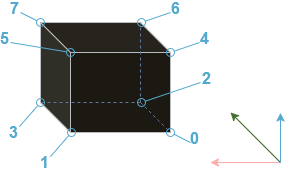
Before: assets/tutorial/lattice-corners.png, a diagram exported from draw.io (noirb/trilinear-interpolation-docs). Source tidied: cells renumbered, new cells last; positions are measured from the earlier drawing's top-left corner, leaving out a move shared by most shapes.
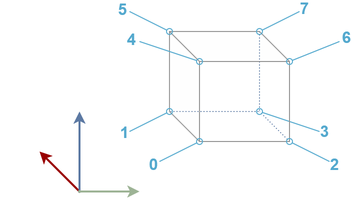
Above is the later version.

Commit message:
Fix lattice index diagrams, add to API docs

What changed in the source:
```diff
@@ -2,97 +2,101 @@
   <root>
     <mxCell id="0" />
     <mxCell id="1" parent="0" />
-    <mxCell id="2" style="shape=cube;whiteSpace=wrap;html=1;boundedLbl=1;backgroundOutline=1;darkOpacity=0.05;darkOpacity2=0.1;size=30;fillColor=#f9f7ed;strokeColor=#36393d;" parent="1" vertex="1">
-      <mxGeometry x="30" y="10" width="130" height="110" as="geometry" />
-    </mxCell>
-    <mxCell id="3" style="endArrow=none;dashed=1;html=1;rounded=0;entryX=0;entryY=0;entryDx=100;entryDy=0;entryPerimeter=0;strokeColor=#6c8ebf;fillColor=#dae8fc;" parent="1" edge="1" target="2">
-      <mxGeometry relative="1" as="geometry">
-        <mxPoint x="130" y="90" as="sourcePoint" />
-      </mxGeometry>
-    </mxCell>
-    <mxCell id="4" style="endArrow=none;dashed=1;html=1;rounded=0;entryX=0;entryY=0;entryDx=0;entryDy=80;entryPerimeter=0;strokeColor=#6c8ebf;fillColor=#dae8fc;" parent="1" edge="1" target="2">
-      <mxGeometry relative="1" as="geometry">
-        <mxPoint x="130" y="90" as="sourcePoint" />
-      </mxGeometry>
-    </mxCell>
-    <mxCell id="5" style="endArrow=none;dashed=1;html=1;rounded=0;entryX=1;entryY=1;entryDx=0;entryDy=0;entryPerimeter=0;strokeColor=#6c8ebf;fillColor=#dae8fc;" parent="1" edge="1" target="2">
-      <mxGeometry relative="1" as="geometry">
-        <mxPoint x="130" y="90" as="sourcePoint" />
-      </mxGeometry>
-    </mxCell>
+    <mxCell id="18" style="group;" parent="1" vertex="1">
+      <mxGeometry x="-30" y="80" width="330" height="180" as="geometry" />
+    </mxCell>
+    <mxCell id="19" style="endArrow=none;dashed=1;html=1;rounded=0;entryX=0;entryY=0;entryDx=0;entryDy=80;entryPerimeter=0;fillColor=#dae8fc;strokeColor=#6c8ebf;dashPattern=1 2;" parent="18" edge="1">
+      <mxGeometry relative="1" as="geometry">
+        <mxPoint x="290" y="130" as="sourcePoint" />
+        <mxPoint x="260" y="100" as="targetPoint" />
+      </mxGeometry>
+    </mxCell>
+    <mxCell id="14" value="3" style="endArrow=oval;html=1;fontSize=16;fontColor=#10739E;endFill=0;endSize=6;strokeWidth=1;labelBackgroundColor=none;verticalAlign=top;fontStyle=1;strokeColor=#10739e;rounded=0;entryX=1;entryY=1;entryDx=0;entryDy=0;entryPerimeter=0;fillColor=#b1ddf0;startSize=5;" parent="18" edge="1">
+      <mxGeometry x="-0.97" y="-17" relative="1" as="geometry">
+        <mxPoint x="320" y="120" as="sourcePoint" />
+        <mxPoint x="260" y="100" as="targetPoint" />
+      </mxGeometry>
+    </mxCell>
+    <mxCell id="20" style="endArrow=none;dashed=1;html=1;rounded=0;entryX=0;entryY=0;entryDx=90;entryDy=0;entryPerimeter=0;fillColor=#dae8fc;strokeColor=#6c8ebf;dashPattern=1 2;" parent="18" edge="1">
+      <mxGeometry relative="1" as="geometry">
+        <mxPoint x="260" y="99" as="sourcePoint" />
+        <mxPoint x="260" y="19" as="targetPoint" />
+      </mxGeometry>
+    </mxCell>
+    <mxCell id="21" style="endArrow=none;dashed=1;html=1;rounded=0;entryX=0;entryY=0;entryDx=0;entryDy=80;entryPerimeter=0;fillColor=#dae8fc;strokeColor=#6c8ebf;dashPattern=1 2;" parent="18" edge="1">
+      <mxGeometry relative="1" as="geometry">
+        <mxPoint x="259" y="100" as="sourcePoint" />
+        <mxPoint x="169" y="100" as="targetPoint" />
+      </mxGeometry>
+    </mxCell>
+    <mxCell id="22" style="shape=cube;whiteSpace=wrap;html=1;boundedLbl=1;backgroundOutline=1;darkOpacity=0.05;darkOpacity2=0.1;fillColor=none;fontColor=#333333;strokeColor=#666666;size=30;rounded=0;fillStyle=solid;" parent="18" vertex="1">
+      <mxGeometry x="170" y="20" width="120" height="110" as="geometry" />
+    </mxCell>
+    <mxCell id="16" value="2" style="endArrow=oval;html=1;fontSize=16;fontColor=#10739E;endFill=0;endSize=6;strokeWidth=1;labelBackgroundColor=none;verticalAlign=top;fontStyle=1;strokeColor=#10739e;rounded=0;entryX=1;entryY=1;entryDx=0;entryDy=0;entryPerimeter=0;fillColor=#b1ddf0;startSize=5;" parent="18" edge="1" target="22">
+      <mxGeometry x="-0.94" y="-14" relative="1" as="geometry">
+        <mxPoint x="330" y="150" as="sourcePoint" />
+      </mxGeometry>
+    </mxCell>
-    <mxCell id="6" value="0" style="endArrow=oval;html=1;fontSize=16;fontColor=#10739E;endFill=0;endSize=8;strokeWidth=1;labelBackgroundColor=none;verticalAlign=top;fontStyle=1;strokeColor=#10739E;rounded=0;spacingLeft=9;spacingBottom=5;spacingRight=1;" parent="1" edge="1">
-      <mxGeometry x="-0.2" y="-18" relative="1" as="geometry">
-        <mxPoint x="180" y="130" as="sourcePoint" />
-        <mxPoint x="160" y="120" as="targetPoint" />
+    <mxCell id="6" value="0" style="endArrow=oval;html=1;fontSize=16;fontColor=#10739E;endFill=0;endSize=6;strokeWidth=1;labelBackgroundColor=none;verticalAlign=top;fontStyle=1;strokeColor=#10739e;rounded=0;entryX=1;entryY=1;entryDx=0;entryDy=0;entryPerimeter=0;fillColor=#b1ddf0;startSize=5;" parent="18" edge="1">
+      <mxGeometry x="-0.98" y="14" relative="1" as="geometry">
+        <mxPoint x="160" y="150" as="sourcePoint" />
+        <mxPoint x="200" y="130" as="targetPoint" />
       </mxGeometry>
     </mxCell>
-    <mxCell id="7" style="group;" parent="1" vertex="1">
-      <mxGeometry x="200" y="100" width="70" height="50" as="geometry" />
-    </mxCell>
-    <mxCell id="8" style="endArrow=classic;html=1;rounded=0;fillColor=#e51400;strokeColor=#B20000;" parent="7" edge="1">
-      <mxGeometry relative="1" as="geometry">
-        <mxPoint x="70" y="50" as="sourcePoint" />
-        <mxPoint y="50" as="targetPoint" />
-      </mxGeometry>
-    </mxCell>
-    <mxCell id="9" style="endArrow=classic;html=1;rounded=0;fillColor=#d5e8d4;strokeColor=#82b366;" parent="7" edge="1">
-      <mxGeometry relative="1" as="geometry">
-        <mxPoint x="70" y="50" as="sourcePoint" />
-        <mxPoint x="20" as="targetPoint" />
-      </mxGeometry>
-    </mxCell>
-    <mxCell id="10" style="endArrow=classic;html=1;rounded=0;fillColor=#b1ddf0;strokeColor=#10739e;" parent="7" edge="1">
-      <mxGeometry relative="1" as="geometry">
-        <mxPoint x="70" y="50" as="sourcePoint" />
-        <mxPoint x="70" y="0.4" as="targetPoint" />
-      </mxGeometry>
-    </mxCell>
+    <mxCell id="13" value="5" style="endArrow=oval;html=1;fontSize=16;fontColor=#10739E;endFill=0;endSize=6;strokeWidth=1;labelBackgroundColor=none;verticalAlign=top;fontStyle=1;strokeColor=#10739e;rounded=0;entryX=1;entryY=1;entryDx=0;entryDy=0;entryPerimeter=0;fillColor=#b1ddf0;startSize=5;" parent="18" edge="1">
+      <mxGeometry x="-1" y="19" relative="1" as="geometry">
+        <mxPoint x="130" as="sourcePoint" />
+        <mxPoint x="170" y="20" as="targetPoint" />
+        <mxPoint x="-15" y="-1" as="offset" />
+      </mxGeometry>
+    </mxCell>
+    <mxCell id="17" value="6" style="endArrow=oval;html=1;fontSize=16;fontColor=#10739E;endFill=0;endSize=6;strokeWidth=1;labelBackgroundColor=none;verticalAlign=top;fontStyle=1;strokeColor=#10739e;rounded=0;entryX=0;entryY=0;entryDx=90;entryDy=0;entryPerimeter=0;fillColor=#b1ddf0;startSize=5;" parent="18" edge="1">
+      <mxGeometry x="-1" y="-20" relative="1" as="geometry">
+        <mxPoint x="340" y="30" as="sourcePoint" />
+        <mxPoint x="290" y="50" as="targetPoint" />
+        <mxPoint x="14" y="-1" as="offset" />
+      </mxGeometry>
+    </mxCell>
-    <mxCell id="11" value="1" style="endArrow=oval;html=1;fontSize=16;fontColor=#10739E;endFill=0;endSize=8;strokeWidth=1;labelBackgroundColor=none;verticalAlign=top;fontStyle=1;strokeColor=#10739E;rounded=0;spacingLeft=9;spacingBottom=5;spacingRight=1;" parent="1" edge="1">
-      <mxGeometry x="-0.98" y="14" relative="1" as="geometry">
-        <mxPoint x="40" y="144" as="sourcePoint" />
-        <mxPoint x="61" y="120" as="targetPoint" />
+    <mxCell id="11" value="1" style="endArrow=oval;html=1;fontSize=16;fontColor=#10739E;endFill=0;endSize=6;strokeWidth=1;labelBackgroundColor=none;verticalAlign=top;fontStyle=1;strokeColor=#10739e;rounded=0;entryX=1;entryY=1;entryDx=0;entryDy=0;entryPerimeter=0;fillColor=#b1ddf0;startSize=5;" parent="18" edge="1">
+      <mxGeometry x="-0.9" y="16" relative="1" as="geometry">
+        <mxPoint x="130" y="120" as="sourcePoint" />
+        <mxPoint x="170" y="100" as="targetPoint" />
       </mxGeometry>
     </mxCell>
+    <mxCell id="15" value="7" style="endArrow=oval;html=1;fontSize=16;fontColor=#10739E;endFill=0;endSize=6;strokeWidth=1;labelBackgroundColor=none;verticalAlign=top;fontStyle=1;strokeColor=#10739e;rounded=0;entryX=0;entryY=0;entryDx=90;entryDy=0;entryPerimeter=0;fillColor=#b1ddf0;startSize=5;" parent="18" edge="1">
+      <mxGeometry x="-1" y="-20" relative="1" as="geometry">
+        <mxPoint x="300" as="sourcePoint" />
+        <mxPoint x="260" y="20" as="targetPoint" />
+        <mxPoint x="14" y="-1" as="offset" />
+      </mxGeometry>
+    </mxCell>
-    <mxCell id="12" value="4" style="endArrow=oval;html=1;fontSize=16;fontColor=#10739E;endFill=0;endSize=8;strokeWidth=1;labelBackgroundColor=none;verticalAlign=top;fontStyle=1;strokeColor=#10739E;rounded=0;spacingLeft=9;spacingBottom=5;spacingRight=1;" parent="1" edge="1">
-      <mxGeometry x="-1" y="-20" relative="1" as="geometry">
-        <mxPoint x="189" y="30" as="sourcePoint" />
-        <mxPoint x="160" y="40" as="targetPoint" />
-        <mxPoint x="8" y="-1" as="offset" />
+    <mxCell id="12" value="4" style="endArrow=oval;html=1;fontSize=16;fontColor=#10739E;endFill=0;endSize=6;strokeWidth=1;labelBackgroundColor=none;verticalAlign=top;fontStyle=1;strokeColor=#10739e;rounded=0;entryX=1;entryY=1;entryDx=0;entryDy=0;entryPerimeter=0;fillColor=#b1ddf0;startSize=5;" parent="18" edge="1">
+      <mxGeometry x="-1" y="18" relative="1" as="geometry">
+        <mxPoint x="140" y="30" as="sourcePoint" />
+        <mxPoint x="200" y="50" as="targetPoint" />
+        <mxPoint x="-14" y="-1" as="offset" />
       </mxGeometry>
     </mxCell>
-    <mxCell id="13" value="5" style="endArrow=oval;html=1;fontSize=16;fontColor=#10739E;endFill=0;endSize=8;strokeWidth=1;labelBackgroundColor=none;verticalAlign=top;fontStyle=1;strokeColor=#10739E;rounded=0;spacingLeft=9;spacingBottom=5;spacingRight=1;" parent="1" edge="1">
-      <mxGeometry x="-1" y="22" relative="1" as="geometry">
-        <mxPoint y="30" as="sourcePoint" />
-        <mxPoint x="60" y="40" as="targetPoint" />
-        <mxPoint x="-14" y="2" as="offset" />
-      </mxGeometry>
-    </mxCell>
-    <mxCell id="14" value="3" style="endArrow=oval;html=1;fontSize=16;fontColor=#10739E;endFill=0;endSize=8;strokeWidth=1;labelBackgroundColor=none;verticalAlign=top;fontStyle=1;strokeColor=#10739E;rounded=0;spacingLeft=9;spacingBottom=5;spacingRight=1;" parent="1" edge="1">
-      <mxGeometry x="-0.98" y="14" relative="1" as="geometry">
-        <mxPoint x="9" y="114" as="sourcePoint" />
-        <mxPoint x="30" y="90" as="targetPoint" />
-      </mxGeometry>
-    </mxCell>
-    <mxCell id="15" value="7" style="endArrow=oval;html=1;fontSize=16;fontColor=#10739E;endFill=0;endSize=8;strokeWidth=1;labelBackgroundColor=none;verticalAlign=top;fontStyle=1;strokeColor=#10739E;rounded=0;spacingLeft=9;spacingBottom=5;spacingRight=1;" parent="1" edge="1">
-      <mxGeometry x="-1" y="22" relative="1" as="geometry">
-        <mxPoint x="10" as="sourcePoint" />
-        <mxPoint x="30" y="10" as="targetPoint" />
-        <mxPoint x="-20" as="offset" />
-      </mxGeometry>
-    </mxCell>
-    <mxCell id="16" value="2" style="endArrow=oval;html=1;fontSize=16;fontColor=#10739E;endFill=0;endSize=8;strokeWidth=1;labelBackgroundColor=none;verticalAlign=top;fontStyle=1;strokeColor=#10739E;rounded=0;spacingLeft=9;spacingBottom=5;spacingRight=1;" parent="1" edge="1">
-      <mxGeometry x="-1" y="-20" relative="1" as="geometry">
-        <mxPoint x="190" y="70" as="sourcePoint" />
-        <mxPoint x="131" y="90" as="targetPoint" />
-        <mxPoint x="8" y="-1" as="offset" />
-      </mxGeometry>
-    </mxCell>
-    <mxCell id="17" value="6" style="endArrow=oval;html=1;fontSize=16;fontColor=#10739E;endFill=0;endSize=8;strokeWidth=1;labelBackgroundColor=none;verticalAlign=top;fontStyle=1;strokeColor=#10739E;rounded=0;spacingLeft=9;spacingBottom=5;spacingRight=1;" parent="1" edge="1">
-      <mxGeometry x="-1" y="-20" relative="1" as="geometry">
-        <mxPoint x="160" as="sourcePoint" />
-        <mxPoint x="131" y="10" as="targetPoint" />
-        <mxPoint x="8" y="-1" as="offset" />
-      </mxGeometry>
-    </mxCell>
+    <mxCell id="23" style="group;" parent="18" vertex="1">
+      <mxGeometry y="100" width="80" height="80" as="geometry" />
+    </mxCell>
+    <mxCell id="24" style="endArrow=classic;html=1;fillColor=#e51400;strokeColor=light-dark(#B20000,#990000);strokeWidth=2;" parent="23" edge="1">
+      <mxGeometry relative="1" as="geometry">
+        <mxPoint x="80" y="80" as="sourcePoint" />
+        <mxPoint x="40" y="40" as="targetPoint" />
+      </mxGeometry>
+    </mxCell>
+    <mxCell id="25" style="endArrow=classic;html=1;fillColor=#dae8fc;strokeColor=#6c8ebf;gradientColor=#7ea6e0;strokeWidth=2;startArrow=oval;startFill=1;endSize=6;startSize=1;" parent="23" edge="1">
+      <mxGeometry relative="1" as="geometry">
+        <mxPoint x="80" y="80" as="sourcePoint" />
+        <mxPoint x="80" as="targetPoint" />
+      </mxGeometry>
+    </mxCell>
+    <mxCell id="26" style="endArrow=classic;html=1;fillColor=#6d8764;strokeColor=#3A5431;strokeWidth=2;startArrow=oval;startFill=1;startSize=1;" parent="23" edge="1">
+      <mxGeometry relative="1" as="geometry">
+        <mxPoint x="80" y="80" as="sourcePoint" />
+        <mxPoint x="140" y="80" as="targetPoint" />
+      </mxGeometry>
+    </mxCell>
   </root>
 </mxGraphModel>
```
